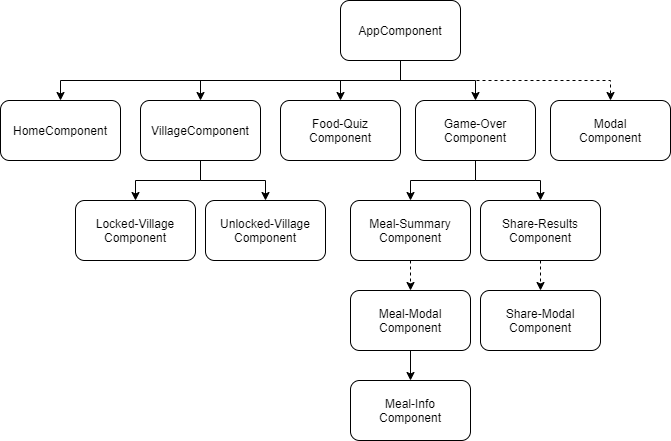
Earlier version of the draw.io export SystemImplementation/Component_diagram.png (kesteckb/COMSM-SEGP). Source tidied: cells renumbered, new cells last; positions are measured from the earlier drawing's top-left corner, leaving out a move shared by most shapes.
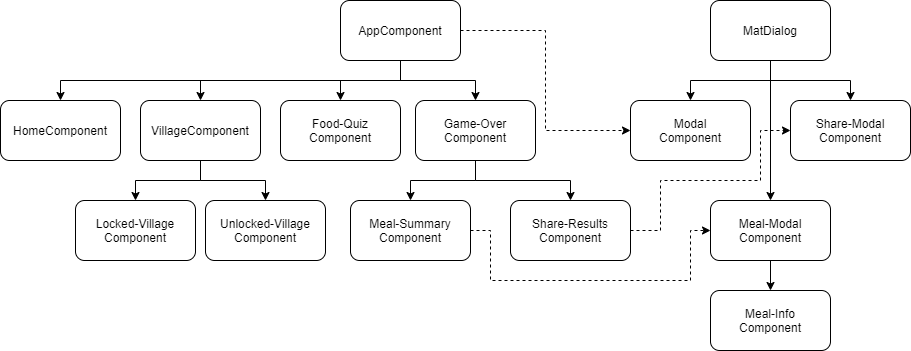
After the change.

Diff of the diagram source:
```diff
@@ -14,7 +14,7 @@
     <mxCell id="5" style="edgeStyle=orthogonalEdgeStyle;rounded=0;jettySize=auto;html=1;exitX=0.5;exitY=1;exitDx=0;exitDy=0;entryX=0.5;entryY=0;entryDx=0;entryDy=0;" parent="1" edge="1" source="7" target="17">
       <mxGeometry relative="1" as="geometry" />
     </mxCell>
-    <mxCell id="6" style="edgeStyle=orthogonalEdgeStyle;rounded=0;jettySize=auto;html=1;exitX=0.5;exitY=1;exitDx=0;exitDy=0;entryX=0.5;entryY=0;entryDx=0;entryDy=0;dashed=1;" parent="1" edge="1" source="7" target="26">
+    <mxCell id="6" style="edgeStyle=orthogonalEdgeStyle;rounded=0;jettySize=auto;html=1;exitX=1;exitY=0.5;exitDx=0;exitDy=0;entryX=0;entryY=0.5;entryDx=0;entryDy=0;dashed=1;" parent="1" edge="1" source="7" target="26">
       <mxGeometry relative="1" as="geometry" />
     </mxCell>
     <mxCell id="7" value="AppComponent" style="rounded=1;whiteSpace=wrap;html=1;" parent="1" vertex="1">
@@ -50,8 +50,15 @@
     <mxCell id="17" value="Game-Over&lt;br&gt;Component" style="rounded=1;whiteSpace=wrap;html=1;" parent="1" vertex="1">
       <mxGeometry x="415" y="100" width="120" height="60" as="geometry" />
     </mxCell>
-    <mxCell id="18" style="edgeStyle=orthogonalEdgeStyle;rounded=0;jettySize=auto;html=1;exitX=0.5;exitY=1;exitDx=0;exitDy=0;entryX=0.5;entryY=0;entryDx=0;entryDy=0;dashed=1;" parent="1" edge="1" source="19" target="21">
-      <mxGeometry relative="1" as="geometry" />
+    <mxCell id="18" style="edgeStyle=orthogonalEdgeStyle;rounded=0;jettySize=auto;html=1;exitX=1;exitY=0.5;exitDx=0;exitDy=0;entryX=0;entryY=0.5;entryDx=0;entryDy=0;dashed=1;" parent="1" edge="1" source="19" target="21">
+      <mxGeometry relative="1" as="geometry">
+        <Array as="points">
+          <mxPoint x="490" y="230" />
+          <mxPoint x="490" y="280" />
+          <mxPoint x="690" y="280" />
+          <mxPoint x="690" y="230" />
+        </Array>
+      </mxGeometry>
     </mxCell>
     <mxCell id="19" value="Meal-Summary&lt;br&gt;Component" style="rounded=1;whiteSpace=wrap;html=1;" parent="1" vertex="1">
       <mxGeometry x="350" y="200" width="120" height="60" as="geometry" />
@@ -59,23 +66,46 @@
     <mxCell id="20" style="edgeStyle=orthogonalEdgeStyle;rounded=0;jettySize=auto;html=1;exitX=0.5;exitY=1;exitDx=0;exitDy=0;entryX=0.5;entryY=0;entryDx=0;entryDy=0;" parent="1" edge="1" source="21" target="22">
       <mxGeometry relative="1" as="geometry" />
     </mxCell>
+    <mxCell id="27" style="edgeStyle=orthogonalEdgeStyle;rounded=0;jettySize=auto;html=1;exitX=0.5;exitY=0;exitDx=0;exitDy=0;entryX=0.5;entryY=1;entryDx=0;entryDy=0;startArrow=classic;startFill=1;endArrow=none;endFill=0;" parent="1" edge="1" source="21" target="30">
+      <mxGeometry relative="1" as="geometry" />
+    </mxCell>
     <mxCell id="21" value="Meal-Modal&lt;br&gt;Component" style="rounded=1;whiteSpace=wrap;html=1;" parent="1" vertex="1">
-      <mxGeometry x="350" y="290" width="120" height="60" as="geometry" />
+      <mxGeometry x="710" y="200" width="120" height="60" as="geometry" />
     </mxCell>
     <mxCell id="22" value="Meal-Info&lt;br&gt;Component" style="rounded=1;whiteSpace=wrap;html=1;" parent="1" vertex="1">
-      <mxGeometry x="350" y="380" width="120" height="60" as="geometry" />
+      <mxGeometry x="710" y="290" width="120" height="60" as="geometry" />
     </mxCell>
+    <mxCell id="28" style="edgeStyle=orthogonalEdgeStyle;rounded=0;jettySize=auto;html=1;exitX=0.5;exitY=0;exitDx=0;exitDy=0;startArrow=classic;startFill=1;endArrow=none;endFill=0;" parent="1" edge="1" source="23">
+      <mxGeometry relative="1" as="geometry">
+        <mxPoint x="770" y="60" as="targetPoint" />
+      </mxGeometry>
+    </mxCell>
     <mxCell id="23" value="Share-Modal&lt;br&gt;Component" style="rounded=1;whiteSpace=wrap;html=1;" parent="1" vertex="1">
-      <mxGeometry x="480" y="290" width="120" height="60" as="geometry" />
+      <mxGeometry x="790" y="100" width="120" height="60" as="geometry" />
     </mxCell>
-    <mxCell id="24" style="edgeStyle=orthogonalEdgeStyle;rounded=0;jettySize=auto;html=1;exitX=0.5;exitY=1;exitDx=0;exitDy=0;entryX=0.5;entryY=0;entryDx=0;entryDy=0;dashed=1;" parent="1" edge="1" source="25" target="23">
-      <mxGeometry relative="1" as="geometry" />
+    <mxCell id="24" style="edgeStyle=orthogonalEdgeStyle;rounded=0;jettySize=auto;html=1;entryX=0;entryY=0.5;entryDx=0;entryDy=0;dashed=1;" parent="1" edge="1" source="25" target="23">
+      <mxGeometry relative="1" as="geometry">
+        <Array as="points">
+          <mxPoint x="660" y="230" />
+          <mxPoint x="660" y="180" />
+          <mxPoint x="760" y="180" />
+          <mxPoint x="760" y="130" />
+        </Array>
+      </mxGeometry>
     </mxCell>
     <mxCell id="25" value="Share-Results&lt;br&gt;Component" style="rounded=1;whiteSpace=wrap;html=1;" parent="1" vertex="1">
-      <mxGeometry x="480" y="200" width="120" height="60" as="geometry" />
+      <mxGeometry x="510" y="200" width="120" height="60" as="geometry" />
     </mxCell>
+    <mxCell id="29" style="edgeStyle=orthogonalEdgeStyle;rounded=0;jettySize=auto;html=1;exitX=0.5;exitY=0;exitDx=0;exitDy=0;startArrow=classic;startFill=1;endArrow=none;endFill=0;" parent="1" edge="1" source="26">
+      <mxGeometry relative="1" as="geometry">
+        <mxPoint x="770" y="60" as="targetPoint" />
+      </mxGeometry>
+    </mxCell>
     <mxCell id="26" value="Modal&lt;br&gt;Component" style="rounded=1;whiteSpace=wrap;html=1;" parent="1" vertex="1">
-      <mxGeometry x="550" y="100" width="120" height="60" as="geometry" />
+      <mxGeometry x="630" y="100" width="120" height="60" as="geometry" />
     </mxCell>
+    <mxCell id="30" value="MatDialog" style="rounded=1;whiteSpace=wrap;html=1;" parent="1" vertex="1">
+      <mxGeometry x="710" width="120" height="60" as="geometry" />
+    </mxCell>
   </root>
 </mxGraphModel>
```
